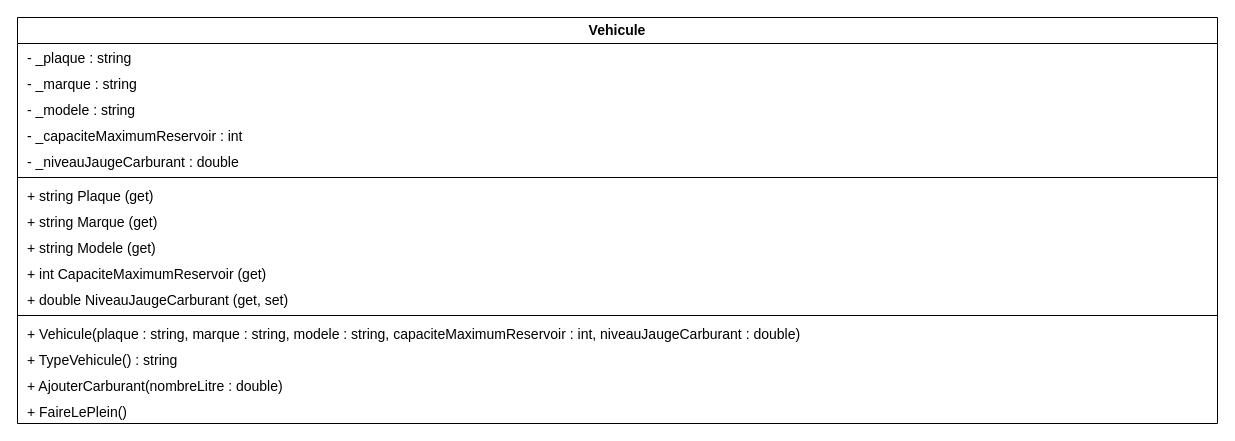
Before: 6TTI_Vehicule_DPMAEL/Vehicule.drawio in mgamsdve/6TTI_DayaniPoty_Mael-UAA14, a draw.io diagram. Source tidied: cells renumbered, new cells numbered last; positions are measured from the earlier drawing's top-left corner, leaving out a move shared by most shapes. Both pictures are drawn from the tidied source at 100%, with x=0, y=0 at pixel (17, 17).
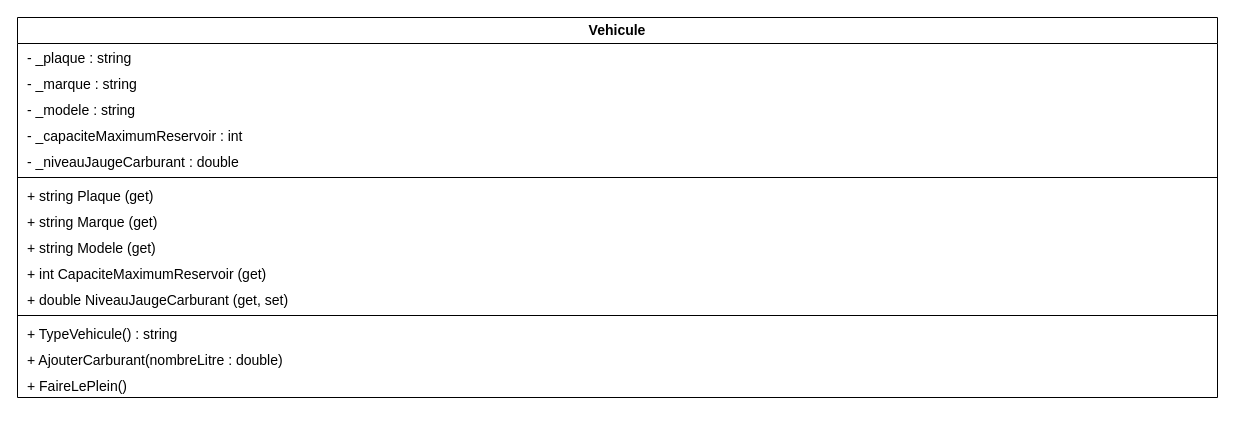
Above is the later version.

Commit message (it also covers changes not shown here):
Mise à jour des diagrammes UML

What changed in the source:
```diff
@@
 <mxGraphModel>
   <root>
     <mxCell id="0" />
     <mxCell id="1" parent="0" />
     <mxCell id="2" value="Vehicule" style="swimlane;fontStyle=1;align=center;horizontal=1;startSize=26;whiteSpace=wrap;html=1;fontSize=14;" parent="1" vertex="1">
-      <mxGeometry width="1200" height="406" as="geometry" />
+      <mxGeometry width="1200" height="380" as="geometry" />
     </mxCell>
     <mxCell id="3" value="- _plaque : string" style="text;strokeColor=none;fillColor=none;align=left;spacingLeft=8;whiteSpace=wrap;html=1;fontSize=14;" parent="2" vertex="1">
       <mxGeometry y="26" width="1200" height="26" as="geometry" />
     </mxCell>
     <mxCell id="4" value="- _marque : string" style="text;strokeColor=none;fillColor=none;align=left;spacingLeft=8;whiteSpace=wrap;html=1;fontSize=14;" parent="2" vertex="1">
       <mxGeometry y="52" width="1200" height="26" as="geometry" />
     </mxCell>
     <mxCell id="5" value="- _modele : string" style="text;strokeColor=none;fillColor=none;align=left;spacingLeft=8;whiteSpace=wrap;html=1;fontSize=14;" parent="2" vertex="1">
       <mxGeometry y="78" width="1200" height="26" as="geometry" />
     </mxCell>
     <mxCell id="6" value="- _capaciteMaximumReservoir : int" style="text;strokeColor=none;fillColor=none;align=left;spacingLeft=8;whiteSpace=wrap;html=1;fontSize=14;" parent="2" vertex="1">
       <mxGeometry y="104" width="1200" height="26" as="geometry" />
     </mxCell>
     <mxCell id="7" value="- _niveauJaugeCarburant : double" style="text;strokeColor=none;fillColor=none;align=left;spacingLeft=8;whiteSpace=wrap;html=1;fontSize=14;" parent="2" vertex="1">
       <mxGeometry y="130" width="1200" height="26" as="geometry" />
     </mxCell>
     <mxCell id="8" style="line;strokeWidth=1;strokeColor=inherit;" parent="2" vertex="1">
       <mxGeometry y="156" width="1200" height="8" as="geometry" />
     </mxCell>
     <mxCell id="9" value="+ string Plaque (get)" style="text;strokeColor=none;fillColor=none;align=left;spacingLeft=8;whiteSpace=wrap;html=1;fontSize=14;" parent="2" vertex="1">
       <mxGeometry y="164" width="1200" height="26" as="geometry" />
     </mxCell>
     <mxCell id="10" value="+ string Marque (get)" style="text;strokeColor=none;fillColor=none;align=left;spacingLeft=8;whiteSpace=wrap;html=1;fontSize=14;" parent="2" vertex="1">
       <mxGeometry y="190" width="1200" height="26" as="geometry" />
     </mxCell>
     <mxCell id="11" value="+ string Modele (get)" style="text;strokeColor=none;fillColor=none;align=left;spacingLeft=8;whiteSpace=wrap;html=1;fontSize=14;" parent="2" vertex="1">
       <mxGeometry y="216" width="1200" height="26" as="geometry" />
     </mxCell>
     <mxCell id="12" value="+ int CapaciteMaximumReservoir (get)" style="text;strokeColor=none;fillColor=none;align=left;spacingLeft=8;whiteSpace=wrap;html=1;fontSize=14;" parent="2" vertex="1">
       <mxGeometry y="242" width="1200" height="26" as="geometry" />
     </mxCell>
     <mxCell id="13" value="+ double NiveauJaugeCarburant (get, set)" style="text;strokeColor=none;fillColor=none;align=left;spacingLeft=8;whiteSpace=wrap;html=1;fontSize=14;" parent="2" vertex="1">
       <mxGeometry y="268" width="1200" height="26" as="geometry" />
     </mxCell>
     <mxCell id="14" style="line;strokeWidth=1;strokeColor=inherit;" parent="2" vertex="1">
       <mxGeometry y="294" width="1200" height="8" as="geometry" />
     </mxCell>
-    <mxCell id="15" value="+ Vehicule(plaque : string, marque : string, modele : string, capaciteMaximumReservoir : int, niveauJaugeCarburant : double)" style="text;strokeColor=none;fillColor=none;align=left;spacingLeft=8;whiteSpace=wrap;html=1;fontSize=14;" parent="2" vertex="1">
-      <mxGeometry y="302" width="1200" height="26" as="geometry" />
-    </mxCell>
     <mxCell id="16" value="+ TypeVehicule() : string" style="text;strokeColor=none;fillColor=none;align=left;spacingLeft=8;whiteSpace=wrap;html=1;fontSize=14;" parent="2" vertex="1">
-      <mxGeometry y="328" width="1200" height="26" as="geometry" />
+      <mxGeometry y="302" width="1200" height="26" as="geometry" />
     </mxCell>
     <mxCell id="17" value="+ AjouterCarburant(nombreLitre : double)" style="text;strokeColor=none;fillColor=none;align=left;spacingLeft=8;whiteSpace=wrap;html=1;fontSize=14;" parent="2" vertex="1">
-      <mxGeometry y="354" width="1200" height="26" as="geometry" />
+      <mxGeometry y="328" width="1200" height="26" as="geometry" />
     </mxCell>
     <mxCell id="18" value="+ FaireLePlein()" style="text;strokeColor=none;fillColor=none;align=left;spacingLeft=8;whiteSpace=wrap;html=1;fontSize=14;" parent="2" vertex="1">
-      <mxGeometry y="380" width="1200" height="26" as="geometry" />
+      <mxGeometry y="354" width="1200" height="26" as="geometry" />
     </mxCell>
   </root>
 </mxGraphModel>
```
